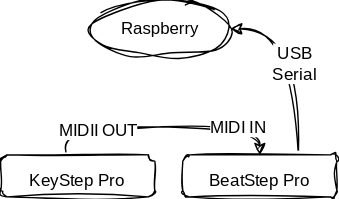
The draw.io diagram ressources/diagram-midi_keyboard.svg in lan-ensad/cloches-sous-tension, before a commit. Source tidied: cells renumbered, new cells last; positions are measured from the earlier drawing's top-left corner, leaving out a move shared by most shapes.
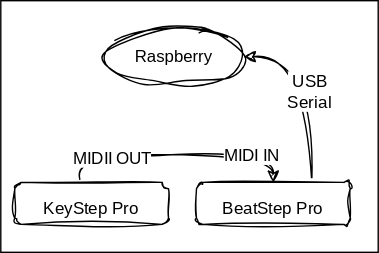
The same file after the commit.

What changed in the source:
```diff
@@ -2,6 +2,9 @@
   <root>
     <mxCell id="0" />
     <mxCell id="1" parent="0" />
+    <mxCell id="10" style="rounded=0;whiteSpace=wrap;html=1;hachureGap=4;fontFamily=Architects Daughter;fontSource=https%3A%2F%2Ffonts.googleapis.com%2Fcss%3Ffamily%3DArchitects%2BDaughter;fontSize=12;" parent="1" vertex="1">
+      <mxGeometry x="-10" y="-20" width="270" height="180" as="geometry" />
+    </mxCell>
     <mxCell id="2" value="Raspberry" style="ellipse;whiteSpace=wrap;html=1;align=center;newEdgeStyle={&quot;edgeStyle&quot;:&quot;entityRelationEdgeStyle&quot;,&quot;startArrow&quot;:&quot;none&quot;,&quot;endArrow&quot;:&quot;none&quot;,&quot;segment&quot;:10,&quot;curved&quot;:1,&quot;sourcePerimeterSpacing&quot;:0,&quot;targetPerimeterSpacing&quot;:0};sketch=1;curveFitting=1;jiggle=2;" parent="1" vertex="1">
       <mxGeometry x="64" width="100" height="40" as="geometry" />
     </mxCell>
```
